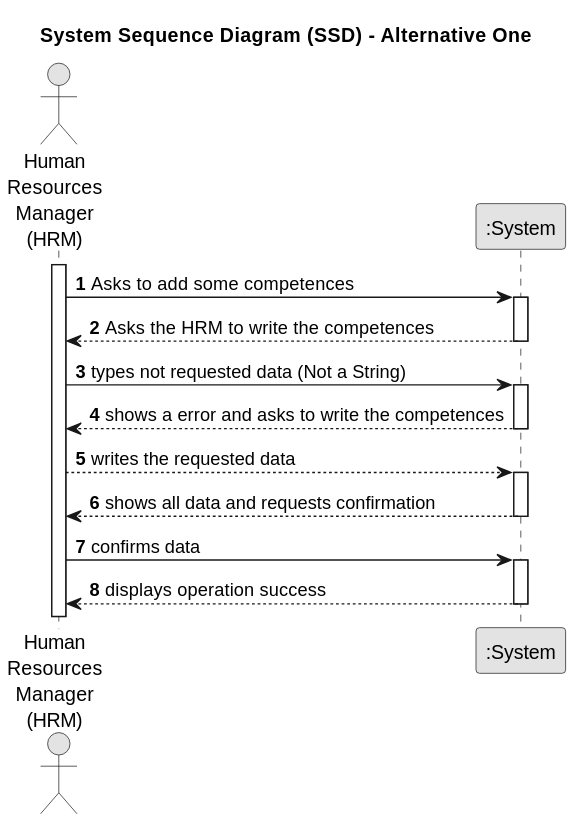
Before: docs/sprintA/us001/01.requirements-engineering/svg/us001-system-sequence-diagram-alternative-two.svg, a diagram exported from PlantUML (diogoveirospro/lei-24-s2-1dg-g072).
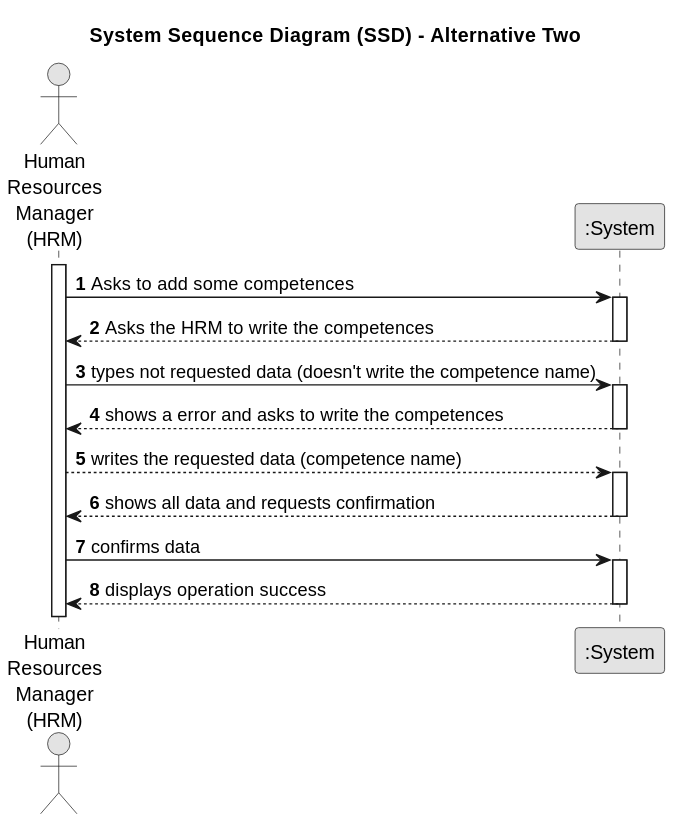
After the commit.

Commit message:
US001- Finished the system requirements

Diff of the diagram source:
```diff
@@ -18,11 +18,12 @@
         System --> Employee : Asks the HRM to write the competences
     deactivate System
 
-    Employee -> System : types not requested data (Not a String)
+    Employee -> System : types not requested data (doesn't write the competence name)
     activate System
+
         System --> Employee : shows a error and asks to write the competences
     deactivate System
-        Employee --> System : writes the requested data
+        Employee --> System : writes the requested data (competence name)
     activate System
 
         System --> Employee : shows all data and requests confirmation
```
